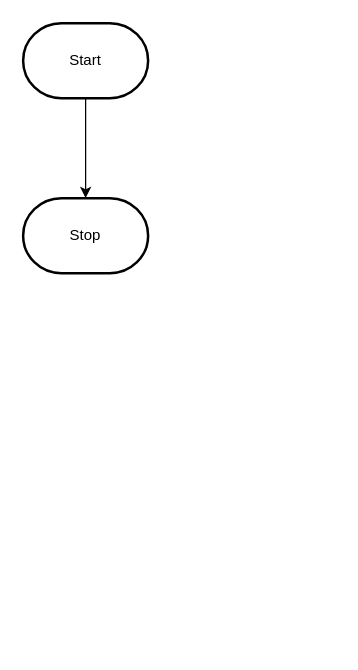
MTHS-ICD2O-1-2023/ICD2O-Unit-5-06-clara-tyman keeps this draw.io diagram as design/flowchart.drawio. Above is the earlier version. Source tidied: cells renumbered, new cells numbered last; positions are measured from the earlier drawing's top-left corner, leaving out a move shared by most shapes. Both pictures are drawn from the tidied source at 125%, with x=0, y=0 at pixel (22, 22).
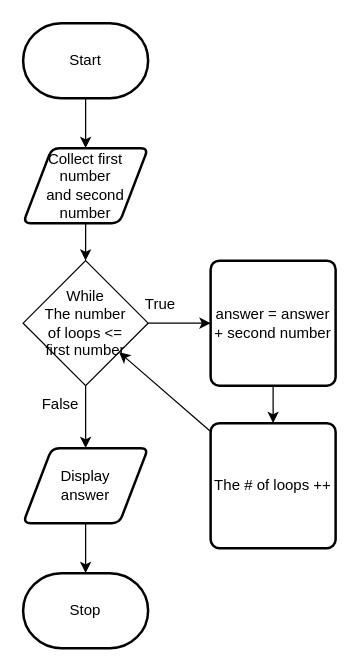
The same page after the edit.

The edit, as a diff of the source:
```diff
@@
 <mxGraphModel>
   <root>
     <mxCell id="0" />
     <mxCell id="1" parent="0" />
-    <mxCell id="2" style="edgeStyle=orthogonalEdgeStyle;html=1;rounded=0;" parent="1" edge="1" source="3" target="4">
-      <mxGeometry relative="1" as="geometry" />
-    </mxCell>
+    <mxCell id="5" style="edgeStyle=none;html=1;" parent="1" edge="1" source="3" target="7">
+      <mxGeometry relative="1" as="geometry">
+        <Array as="points">
+          <mxPoint x="50" y="100" />
+        </Array>
+      </mxGeometry>
+    </mxCell>
     <mxCell id="3" value="Start" style="strokeWidth=2;html=1;shape=mxgraph.flowchart.terminator;whiteSpace=wrap;" parent="1" vertex="1">
       <mxGeometry width="100" height="60" as="geometry" />
     </mxCell>
     <mxCell id="4" value="Stop" style="strokeWidth=2;html=1;shape=mxgraph.flowchart.terminator;whiteSpace=wrap;" parent="1" vertex="1">
-      <mxGeometry y="140" width="100" height="60" as="geometry" />
+      <mxGeometry y="440" width="100" height="60" as="geometry" />
     </mxCell>
+    <mxCell id="6" style="edgeStyle=none;html=1;" parent="1" edge="1" source="7" target="10">
+      <mxGeometry relative="1" as="geometry" />
+    </mxCell>
+    <mxCell id="7" value="Collect first number&lt;br&gt;and second number" style="shape=parallelogram;html=1;strokeWidth=2;perimeter=parallelogramPerimeter;whiteSpace=wrap;rounded=1;arcSize=12;size=0.23;" parent="1" vertex="1">
+      <mxGeometry y="100" width="100" height="60" as="geometry" />
+    </mxCell>
+    <mxCell id="8" style="edgeStyle=none;html=1;" parent="1" edge="1" source="10" target="12">
+      <mxGeometry relative="1" as="geometry" />
+    </mxCell>
+    <mxCell id="9" style="edgeStyle=none;html=1;" parent="1" edge="1" source="10" target="18">
+      <mxGeometry relative="1" as="geometry" />
+    </mxCell>
+    <mxCell id="10" value="While&lt;br&gt;The number&lt;br&gt;of loops &amp;lt;=&lt;br&gt;first number" style="rhombus;whiteSpace=wrap;html=1;" parent="1" vertex="1">
+      <mxGeometry y="190" width="100" height="100" as="geometry" />
+    </mxCell>
+    <mxCell id="11" style="edgeStyle=elbowEdgeStyle;html=1;" parent="1" edge="1" source="12" target="14">
+      <mxGeometry relative="1" as="geometry" />
+    </mxCell>
+    <mxCell id="12" value="answer = answer + second number" style="rounded=1;whiteSpace=wrap;html=1;absoluteArcSize=1;arcSize=14;strokeWidth=2;" parent="1" vertex="1">
+      <mxGeometry x="150" y="190" width="100" height="100" as="geometry" />
+    </mxCell>
+    <mxCell id="13" style="edgeStyle=none;html=1;" parent="1" edge="1" source="14" target="10">
+      <mxGeometry relative="1" as="geometry" />
+    </mxCell>
+    <mxCell id="14" value="The # of loops ++" style="rounded=1;whiteSpace=wrap;html=1;absoluteArcSize=1;arcSize=14;strokeWidth=2;" parent="1" vertex="1">
+      <mxGeometry x="150" y="320" width="100" height="100" as="geometry" />
+    </mxCell>
+    <mxCell id="15" value="True" style="text;html=1;strokeColor=none;fillColor=none;align=center;verticalAlign=middle;whiteSpace=wrap;rounded=0;" parent="1" vertex="1">
+      <mxGeometry x="80" y="210" width="60" height="30" as="geometry" />
+    </mxCell>
+    <mxCell id="16" value="False" style="text;html=1;strokeColor=none;fillColor=none;align=center;verticalAlign=middle;whiteSpace=wrap;rounded=0;" parent="1" vertex="1">
+      <mxGeometry y="290" width="60" height="30" as="geometry" />
+    </mxCell>
+    <mxCell id="17" style="edgeStyle=none;html=1;" parent="1" edge="1" source="18" target="4">
+      <mxGeometry relative="1" as="geometry" />
+    </mxCell>
+    <mxCell id="18" value="Display&lt;br&gt;answer" style="shape=parallelogram;html=1;strokeWidth=2;perimeter=parallelogramPerimeter;whiteSpace=wrap;rounded=1;arcSize=12;size=0.23;" parent="1" vertex="1">
+      <mxGeometry y="340" width="100" height="60" as="geometry" />
+    </mxCell>
   </root>
 </mxGraphModel>
```
